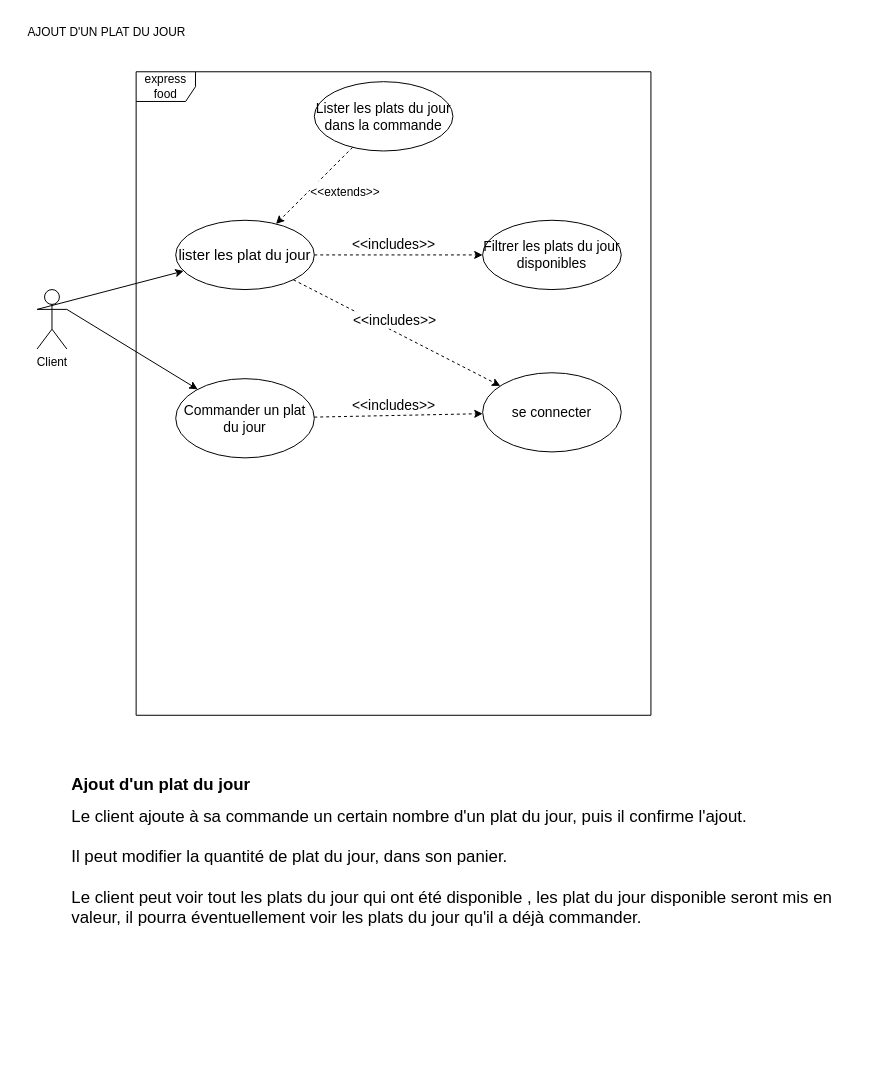
Earlier version of the draw.io diagram page "ajouter plat du jour" (3 of 4) of main_use_case.drawio (sebastien-deren/projet_4). Source tidied: cells renumbered, new cells numbered last; positions are measured from the earlier drawing's top-left corner, leaving out a move shared by most shapes. Both pictures are drawn from the tidied source at 99%, with x=0, y=0 at pixel (17, 17).
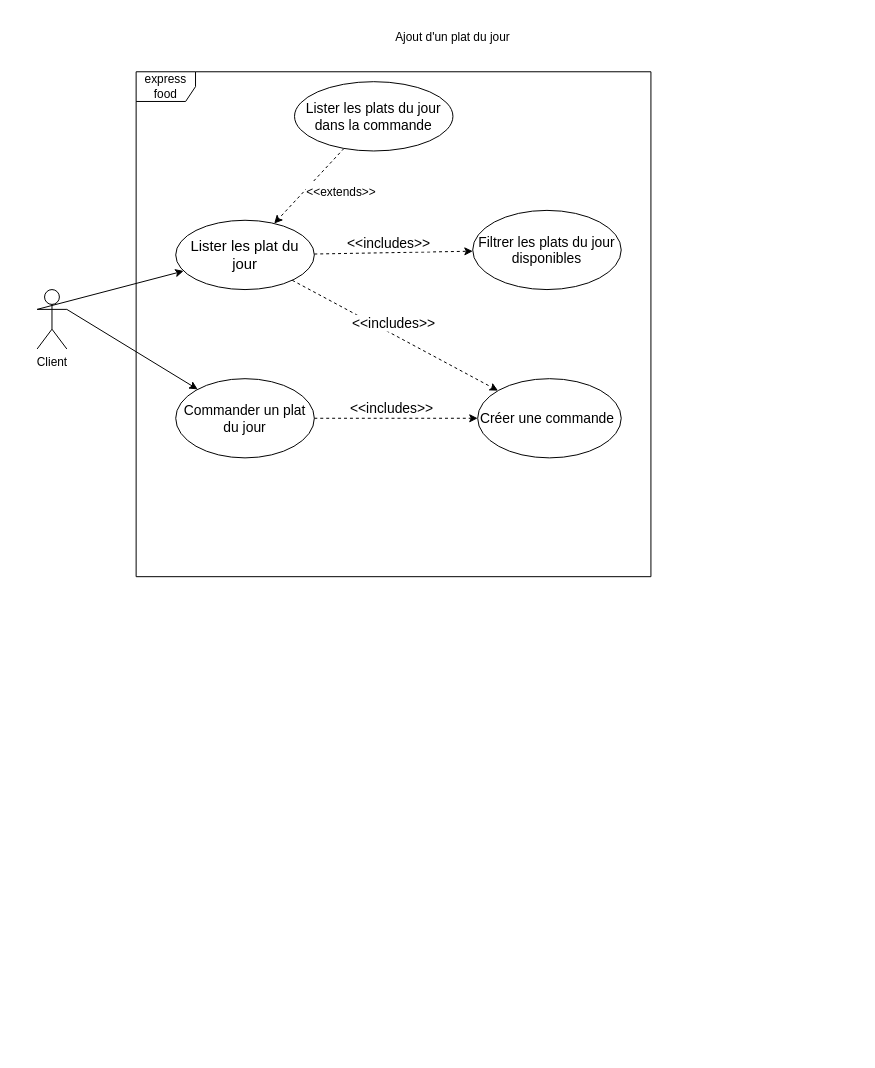
Above is the later version.

Commit message (it also covers changes not shown here):
Mettre à jour main_use_case.drawio

The edit, as a diff of the source:
```diff
@@
 <mxGraphModel>
   <root>
     <mxCell id="0" />
     <mxCell id="1" parent="0" />
     <mxCell id="2" value="express food" style="shape=umlFrame;whiteSpace=wrap;html=1;" parent="1" vertex="1">
-      <mxGeometry x="120" y="55" width="520" height="650" as="geometry" />
+      <mxGeometry x="120" y="55" width="520" height="510" as="geometry" />
     </mxCell>
-    <mxCell id="3" value="AJOUT D'UN PLAT DU JOUR" style="text;html=1;align=center;verticalAlign=middle;strokeColor=none;fillColor=none;" parent="1" vertex="1">
-      <mxGeometry width="180" height="30" as="geometry" />
-    </mxCell>
     <mxCell id="4" value="Lister les plats du jour dans la commande" style="ellipse;whiteSpace=wrap;html=1;fontSize=14;" parent="1" vertex="1">
-      <mxGeometry x="300" y="65" width="140" height="70" as="geometry" />
+      <mxGeometry x="280" y="65" width="160" height="70" as="geometry" />
     </mxCell>
     <mxCell id="5" value="Client" style="shape=umlActor;verticalLabelPosition=bottom;verticalAlign=top;html=1;" parent="1" vertex="1">
       <mxGeometry x="20" y="275" width="30" height="60" as="geometry" />
     </mxCell>
-    <mxCell id="6" value="lister les plat du jour" style="ellipse;whiteSpace=wrap;html=1;fontSize=15;" parent="1" vertex="1">
+    <mxCell id="6" value="Lister les plat du jour" style="ellipse;whiteSpace=wrap;html=1;fontSize=15;" parent="1" vertex="1">
       <mxGeometry x="160" y="205" width="140" height="70" as="geometry" />
     </mxCell>
     <mxCell id="7" style="endArrow=none;endFill=0;endSize=12;html=1;rounded=0;entryX=0;entryY=0.3333333333333333;entryDx=0;entryDy=0;entryPerimeter=0;startArrow=classic;startFill=1;" parent="1" edge="1" source="6" target="5">
       <mxGeometry relative="1" as="geometry" />
     </mxCell>
     <mxCell id="8" style="endArrow=classic;html=1;rounded=0;fontSize=16;dashed=1;endFill=1;" parent="1" edge="1" source="4" target="6">
       <mxGeometry relative="1" as="geometry" />
     </mxCell>
     <mxCell id="9" value="&lt;font style=&quot;font-size: 12px;&quot;&gt;&amp;lt;&amp;lt;extends&amp;gt;&amp;gt;&lt;/font&gt;" style="edgeLabel;html=1;align=center;verticalAlign=middle;fontSize=16;" parent="8" vertex="1">
       <mxGeometry x="0.31" y="1" relative="1" as="geometry">
         <mxPoint x="42" y="-8" as="offset" />
       </mxGeometry>
     </mxCell>
     <mxCell id="10" value="Commander un plat du jour" style="ellipse;whiteSpace=wrap;html=1;fontSize=14;" parent="1" vertex="1">
       <mxGeometry x="160" y="365" width="140" height="80" as="geometry" />
     </mxCell>
     <mxCell id="11" style="endArrow=classic;html=1;rounded=0;fontSize=14;exitX=1;exitY=0.3333333333333333;exitDx=0;exitDy=0;exitPerimeter=0;" parent="1" edge="1" source="5" target="10">
       <mxGeometry relative="1" as="geometry" />
     </mxCell>
     <mxCell id="12" value="Filtrer les plats du jour disponibles" style="ellipse;whiteSpace=wrap;html=1;fontSize=14;" parent="1" vertex="1">
-      <mxGeometry x="470" y="205" width="140" height="70" as="geometry" />
+      <mxGeometry x="460" y="195" width="150" height="80" as="geometry" />
     </mxCell>
     <mxCell id="13" value="&amp;lt;&amp;lt;includes&amp;gt;&amp;gt;" style="endArrow=classic;html=1;rounded=0;dashed=1;fontSize=14;" parent="1" edge="1" source="6" target="12">
       <mxGeometry x="-0.06" y="10" relative="1" as="geometry" />
     </mxCell>
-    <mxCell id="14" value="&lt;h1 style=&quot;font-size: 17px;&quot;&gt;Ajout d'un plat du jour&lt;/h1&gt;&lt;div style=&quot;font-size: 17px;&quot;&gt;Le client ajoute à sa commande un certain nombre d'un plat du jour, puis il confirme l'ajout.&lt;/div&gt;&lt;div style=&quot;font-size: 17px;&quot;&gt;&lt;br style=&quot;font-size: 17px;&quot;&gt;&lt;/div&gt;&lt;div style=&quot;font-size: 17px;&quot;&gt;Il peut modifier la quantité de plat du jour, dans son panier.&lt;/div&gt;&lt;div style=&quot;font-size: 17px;&quot;&gt;&lt;br&gt;&lt;/div&gt;&lt;div style=&quot;font-size: 17px;&quot;&gt;Le client peut voir tout les plats du jour qui ont été disponible , les plat du jour disponible seront mis en valeur, il pourra éventuellement voir les plats du jour qu'il a déjà commander.&lt;/div&gt;&lt;div style=&quot;font-size: 17px;&quot;&gt;&lt;br style=&quot;font-size: 17px;&quot;&gt;&lt;/div&gt;&lt;div style=&quot;font-size: 17px;&quot;&gt;&lt;br style=&quot;font-size: 17px;&quot;&gt;&lt;/div&gt;&lt;div style=&quot;font-size: 17px;&quot;&gt;&lt;br style=&quot;font-size: 17px;&quot;&gt;&lt;/div&gt;&lt;div style=&quot;font-size: 17px;&quot;&gt;&lt;br style=&quot;font-size: 17px;&quot;&gt;&lt;/div&gt;" style="text;html=1;strokeColor=none;fillColor=none;spacing=5;spacingTop=-20;whiteSpace=wrap;overflow=hidden;rounded=0;fontSize=17;" parent="1" vertex="1">
-      <mxGeometry x="50" y="765" width="800" height="280" as="geometry" />
-    </mxCell>
-    <mxCell id="15" value="se connecter" style="ellipse;whiteSpace=wrap;html=1;fontSize=14;" parent="1" vertex="1">
-      <mxGeometry x="470" y="359" width="140" height="80" as="geometry" />
+    <mxCell id="15" value="Créer une commande&amp;nbsp;" style="ellipse;whiteSpace=wrap;html=1;fontSize=14;" parent="1" vertex="1">
+      <mxGeometry x="465" y="365" width="145" height="80" as="geometry" />
     </mxCell>
     <mxCell id="16" value="&amp;lt;&amp;lt;includes&amp;gt;&amp;gt;" style="endArrow=classic;html=1;rounded=0;dashed=1;fontSize=14;" parent="1" edge="1" source="6" target="15">
       <mxGeometry x="-0.06" y="10" relative="1" as="geometry" />
     </mxCell>
     <mxCell id="17" value="&amp;lt;&amp;lt;includes&amp;gt;&amp;gt;" style="endArrow=classic;html=1;rounded=0;dashed=1;fontSize=14;" parent="1" edge="1" source="10" target="15">
       <mxGeometry x="-0.06" y="10" relative="1" as="geometry" />
     </mxCell>
+    <mxCell id="18" value="Ajout d'un plat du jour" style="text;html=1;strokeColor=none;fillColor=none;align=center;verticalAlign=middle;whiteSpace=wrap;rounded=0;" parent="1" vertex="1">
+      <mxGeometry x="240" y="5" width="400" height="30" as="geometry" />
+    </mxCell>
   </root>
 </mxGraphModel>
```
